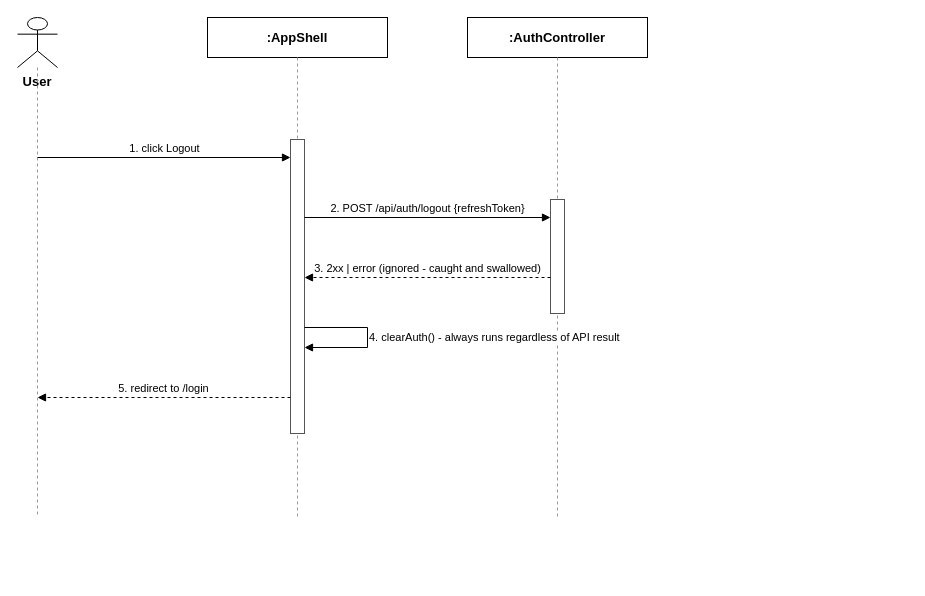
tulklk/AI_Interview_Question_Generation_RAG_LLM_FE keeps this draw.io diagram as docs/qa/SequenceDiagram/3.1.4_Logout.drawio. Above is the earlier version. Source tidied: cells renumbered, new cells numbered last; positions are measured from the earlier drawing's top-left corner, leaving out a move shared by most shapes. Both pictures are drawn from the tidied source at 100%, with x=0, y=0 at pixel (17, 17).
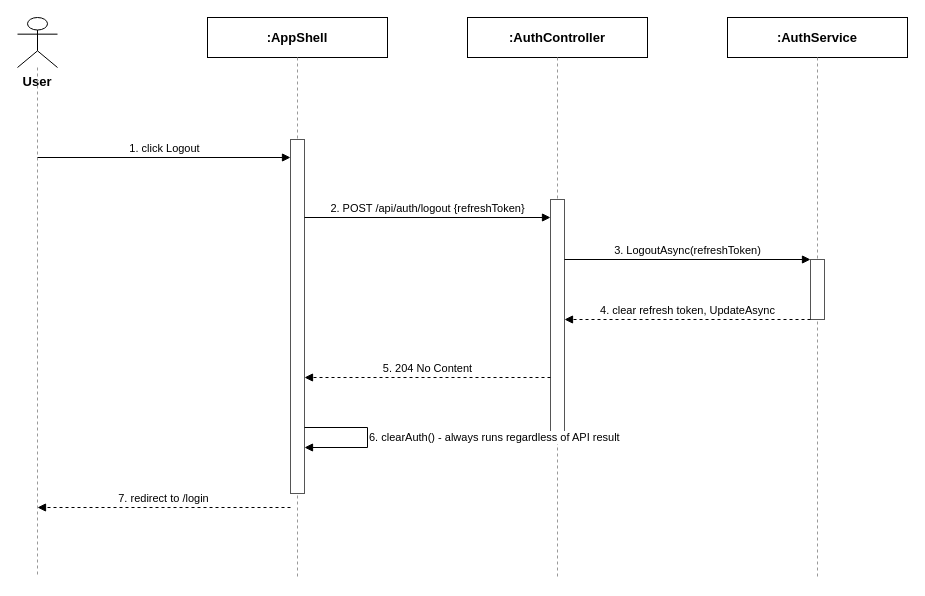
After the change.

Change to the diagram source:
```diff
@@
     <mxCell id="3" style="endArrow=none;dashed=1;html=1;strokeColor=#999999;" parent="1" edge="1">
       <mxGeometry relative="1" as="geometry">
         <mxPoint x="20" y="50" as="sourcePoint" />
-        <mxPoint x="20" y="500" as="targetPoint" />
+        <mxPoint x="20" y="560" as="targetPoint" />
       </mxGeometry>
     </mxCell>
@@
     <mxCell id="5" style="endArrow=none;dashed=1;html=1;strokeColor=#999999;" parent="1" edge="1">
       <mxGeometry relative="1" as="geometry">
         <mxPoint x="280" y="40" as="sourcePoint" />
-        <mxPoint x="280" y="500" as="targetPoint" />
+        <mxPoint x="280" y="560" as="targetPoint" />
       </mxGeometry>
     </mxCell>
@@
     <mxCell id="7" style="endArrow=none;dashed=1;html=1;strokeColor=#999999;" parent="1" edge="1">
       <mxGeometry relative="1" as="geometry">
         <mxPoint x="540" y="40" as="sourcePoint" />
-        <mxPoint x="540" y="500" as="targetPoint" />
+        <mxPoint x="540" y="560" as="targetPoint" />
       </mxGeometry>
     </mxCell>
+    <mxCell id="15" value=":AuthService" style="rounded=0;whiteSpace=wrap;html=1;fontSize=13;fillColor=#ffffff;strokeColor=#000000;fontStyle=1;" parent="1" vertex="1">
+      <mxGeometry x="710" width="180" height="40" as="geometry" />
+    </mxCell>
+    <mxCell id="16" style="endArrow=none;dashed=1;html=1;strokeColor=#999999;" parent="1" edge="1">
+      <mxGeometry relative="1" as="geometry">
+        <mxPoint x="800" y="40" as="sourcePoint" />
+        <mxPoint x="800" y="560" as="targetPoint" />
+      </mxGeometry>
+    </mxCell>
     <mxCell id="8" style="rounded=0;whiteSpace=wrap;html=1;fillColor=#ffffff;strokeColor=#555555;" parent="1" vertex="1">
-      <mxGeometry x="273" y="122" width="14" height="294" as="geometry" />
+      <mxGeometry x="273" y="122" width="14" height="354" as="geometry" />
     </mxCell>
     <mxCell id="9" style="rounded=0;whiteSpace=wrap;html=1;fillColor=#ffffff;strokeColor=#555555;" parent="1" vertex="1">
-      <mxGeometry x="533" y="182" width="14" height="114" as="geometry" />
+      <mxGeometry x="533" y="182" width="14" height="234" as="geometry" />
     </mxCell>
+    <mxCell id="17" style="rounded=0;whiteSpace=wrap;html=1;fillColor=#ffffff;strokeColor=#555555;" parent="1" vertex="1">
+      <mxGeometry x="793" y="242" width="14" height="60" as="geometry" />
+    </mxCell>
@@
+    <mxCell id="18" value="3. LogoutAsync(refreshToken)" style="endArrow=block;endFill=1;html=1;fontSize=11;align=center;verticalAlign=bottom;labelBackgroundColor=#ffffff;strokeColor=#000000;" parent="1" edge="1">
+      <mxGeometry relative="1" as="geometry">
+        <mxPoint x="547" y="242" as="sourcePoint" />
+        <mxPoint x="793" y="242" as="targetPoint" />
+      </mxGeometry>
+    </mxCell>
+    <mxCell id="19" value="4. clear refresh token, UpdateAsync" style="endArrow=block;endFill=1;html=1;dashed=1;fontSize=11;align=center;verticalAlign=bottom;labelBackgroundColor=#ffffff;strokeColor=#000000;" parent="1" edge="1">
+      <mxGeometry relative="1" as="geometry">
+        <mxPoint x="793" y="302" as="sourcePoint" />
+        <mxPoint x="547" y="302" as="targetPoint" />
+      </mxGeometry>
+    </mxCell>
-    <mxCell id="12" value="3. 2xx | error (ignored - caught and swallowed)" style="endArrow=block;endFill=1;html=1;dashed=1;fontSize=11;align=center;verticalAlign=bottom;labelBackgroundColor=#ffffff;strokeColor=#000000;" parent="1" edge="1">
+    <mxCell id="12" value="5. 204 No Content" style="endArrow=block;endFill=1;html=1;dashed=1;fontSize=11;align=center;verticalAlign=bottom;labelBackgroundColor=#ffffff;strokeColor=#000000;" parent="1" edge="1">
       <mxGeometry relative="1" as="geometry">
-        <mxPoint x="533" y="260" as="sourcePoint" />
-        <mxPoint x="287" y="260" as="targetPoint" />
+        <mxPoint x="533" y="360" as="sourcePoint" />
+        <mxPoint x="287" y="360" as="targetPoint" />
       </mxGeometry>
     </mxCell>
-    <mxCell id="13" value="4. clearAuth() - always runs regardless of API result" style="endArrow=block;endFill=1;html=1;fontSize=11;align=left;verticalAlign=middle;labelBackgroundColor=#ffffff;rounded=0;strokeColor=#000000;" parent="1" edge="1">
+    <mxCell id="13" value="6. clearAuth() - always runs regardless of API result" style="endArrow=block;endFill=1;html=1;fontSize=11;align=left;verticalAlign=middle;labelBackgroundColor=#ffffff;rounded=0;strokeColor=#000000;" parent="1" edge="1">
       <mxGeometry relative="1" as="geometry">
-        <mxPoint x="287" y="310" as="sourcePoint" />
-        <mxPoint x="287" y="330" as="targetPoint" />
+        <mxPoint x="287" y="410" as="sourcePoint" />
+        <mxPoint x="287" y="430" as="targetPoint" />
         <Array as="points">
-          <mxPoint x="350" y="310" />
-          <mxPoint x="350" y="330" />
+          <mxPoint x="350" y="410" />
+          <mxPoint x="350" y="430" />
         </Array>
       </mxGeometry>
     </mxCell>
-    <mxCell id="14" value="5. redirect to /login" style="endArrow=block;endFill=1;html=1;dashed=1;fontSize=11;align=center;verticalAlign=bottom;labelBackgroundColor=#ffffff;strokeColor=#000000;" parent="1" edge="1">
+    <mxCell id="14" value="7. redirect to /login" style="endArrow=block;endFill=1;html=1;dashed=1;fontSize=11;align=center;verticalAlign=bottom;labelBackgroundColor=#ffffff;strokeColor=#000000;" parent="1" edge="1">
       <mxGeometry relative="1" as="geometry">
-        <mxPoint x="273" y="380" as="sourcePoint" />
-        <mxPoint x="20" y="380" as="targetPoint" />
+        <mxPoint x="273" y="490" as="sourcePoint" />
+        <mxPoint x="20" y="490" as="targetPoint" />
       </mxGeometry>
     </mxCell>
```
